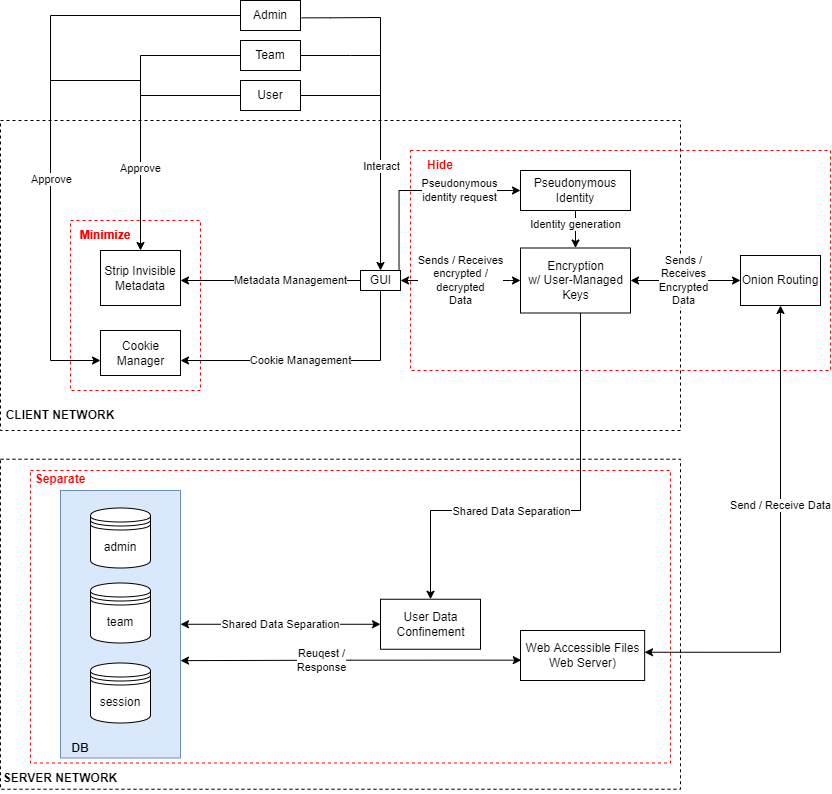
Before: Architectural_Requirements_Data_oriented.drawio.png, a diagram exported from draw.io (claudialorusso/CivicSense). Source tidied: cells renumbered, new cells last; positions are measured from the earlier drawing's top-left corner, leaving out a move shared by most shapes.
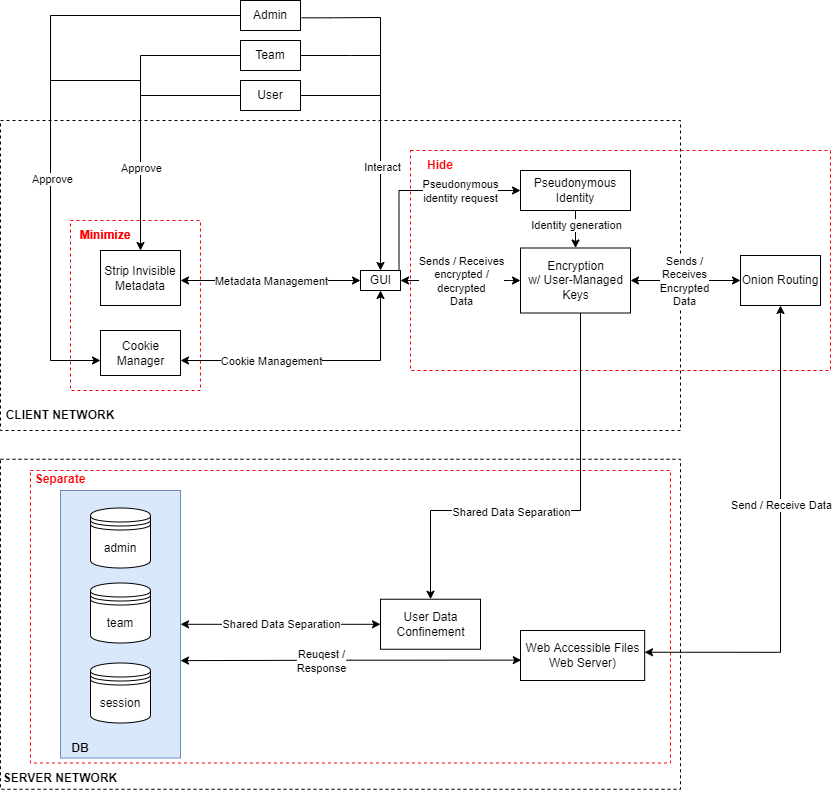
The same diagram one commit later.

Diff of the diagram source:
```diff
@@ -20,7 +20,7 @@
     <mxCell id="7" style="rounded=0;whiteSpace=wrap;html=1;fillColor=none;dashed=1;strokeColor=#FF0000;" parent="1" vertex="1">
       <mxGeometry x="410" y="150" width="420" height="220" as="geometry" />
     </mxCell>
-    <mxCell id="8" style="edgeStyle=orthogonalEdgeStyle;rounded=0;jettySize=auto;html=1;" parent="1" edge="1" source="14">
+    <mxCell id="8" style="edgeStyle=orthogonalEdgeStyle;rounded=0;jettySize=auto;html=1;startArrow=classic;startFill=1;" parent="1" edge="1" source="14">
       <mxGeometry relative="1" as="geometry">
         <mxPoint x="180" y="280" as="targetPoint" />
         <Array as="points">
@@ -30,7 +30,7 @@
     </mxCell>
     <mxCell id="9" value="Metadata Management" style="edgeLabel;html=1;align=center;verticalAlign=middle;" parent="8" vertex="1">
       <mxGeometry x="-0.35" relative="1" as="geometry">
-        <mxPoint x="-12" as="offset" />
+        <mxPoint x="-32" as="offset" />
       </mxGeometry>
     </mxCell>
     <mxCell id="10" style="edgeStyle=orthogonalEdgeStyle;rounded=0;jettySize=auto;html=1;fontColor=#000000;endArrow=classic;endFill=1;startSize=6;endSize=6;startArrow=classic;startFill=1;exitX=1;exitY=0.5;exitDx=0;exitDy=0;entryX=0;entryY=0.5;entryDx=0;entryDy=0;" parent="1" edge="1" source="14" target="18">
@@ -46,7 +46,7 @@
         <mxPoint x="9" y="1" as="offset" />
       </mxGeometry>
     </mxCell>
-    <mxCell id="12" style="edgeStyle=orthogonalEdgeStyle;rounded=0;jettySize=auto;html=1;fontColor=#000000;startArrow=none;startFill=0;endArrow=classic;endFill=1;startSize=6;endSize=6;entryX=1;entryY=0.667;entryDx=0;entryDy=0;entryPerimeter=0;" parent="1" edge="1" source="14" target="15">
+    <mxCell id="12" style="edgeStyle=orthogonalEdgeStyle;rounded=0;jettySize=auto;html=1;fontColor=#000000;startArrow=classic;startFill=1;endArrow=classic;endFill=1;startSize=6;endSize=6;entryX=1;entryY=0.667;entryDx=0;entryDy=0;entryPerimeter=0;" parent="1" edge="1" source="14" target="15">
       <mxGeometry relative="1" as="geometry">
         <Array as="points">
           <mxPoint x="380" y="360" />
@@ -55,7 +55,7 @@
     </mxCell>
     <mxCell id="13" value="Cookie Management" style="edgeLabel;html=1;align=center;verticalAlign=middle;fontColor=#000000;" parent="12" vertex="1">
       <mxGeometry x="0.23" relative="1" as="geometry">
-        <mxPoint x="15" as="offset" />
+        <mxPoint x="-15" as="offset" />
       </mxGeometry>
     </mxCell>
     <mxCell id="14" value="GUI" style="html=1;" parent="1" vertex="1">
```
